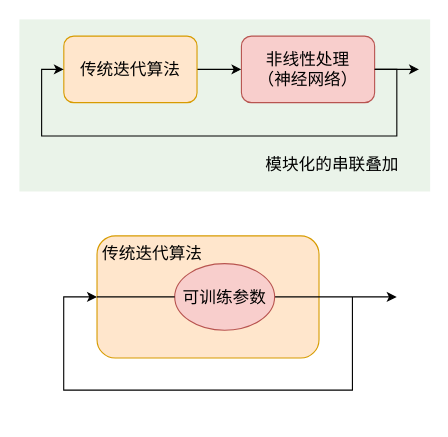
The draw.io diagram Wechat2.drawio in LanxinHe/CHEMP_figs, before the edit. Source tidied: cells renumbered, new cells numbered last; positions are measured from the earlier drawing's top-left corner, leaving out a move shared by most shapes. Both pictures are drawn from the tidied source at 111%, with x=0, y=0 at pixel (19, 19).
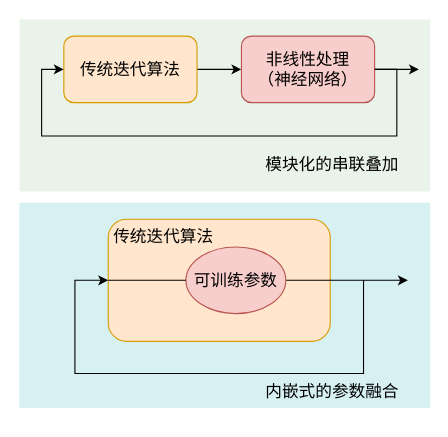
The same diagram, later.

Commit message (it also covers changes not shown here):
Mettre à jour Wechat2.drawio

What changed in the source:
```diff
@@
+    <mxCell id="17" style="rounded=0;whiteSpace=wrap;html=1;fillColor=#b0e3e6;strokeColor=none;opacity=50;" parent="1" vertex="1">
+      <mxGeometry y="165" width="370" height="185" as="geometry" />
+    </mxCell>
@@
     <mxCell id="9" style="rounded=1;whiteSpace=wrap;html=1;fillColor=#ffe6cc;strokeColor=#d79b00;" parent="1" vertex="1">
-      <mxGeometry x="69.9" y="195" width="200" height="110" as="geometry" />
+      <mxGeometry x="80" y="180" width="200" height="110" as="geometry" />
     </mxCell>
     <mxCell id="10" value="&lt;span style=&quot;font-size: 15px;&quot;&gt;传统迭代算法&lt;/span&gt;" style="text;html=1;align=center;verticalAlign=middle;whiteSpace=wrap;rounded=0;" parent="1" vertex="1">
-      <mxGeometry x="69.9" y="195" width="100" height="30" as="geometry" />
+      <mxGeometry x="80" y="180" width="100" height="30" as="geometry" />
     </mxCell>
     <mxCell id="11" style="edgeStyle=orthogonalEdgeStyle;rounded=0;jettySize=auto;html=1;" parent="1" edge="1" source="12">
       <mxGeometry relative="1" as="geometry">
-        <mxPoint x="339.9" y="250" as="targetPoint" />
+        <mxPoint x="350" y="235" as="targetPoint" />
       </mxGeometry>
     </mxCell>
     <mxCell id="12" value="&lt;font style=&quot;font-size: 15px;&quot;&gt;可训练参数&lt;/font&gt;" style="ellipse;whiteSpace=wrap;html=1;fillColor=#f8cecc;strokeColor=#b85450;" parent="1" vertex="1">
-      <mxGeometry x="139.9" y="220" width="90" height="60" as="geometry" />
+      <mxGeometry x="150" y="205" width="90" height="60" as="geometry" />
     </mxCell>
     <mxCell id="13" style="edgeStyle=orthogonalEdgeStyle;rounded=0;jettySize=auto;html=1;entryX=0;entryY=0.5;entryDx=0;entryDy=0;" parent="1" edge="1" target="9">
       <mxGeometry relative="1" as="geometry">
-        <mxPoint x="300" y="250" as="sourcePoint" />
+        <mxPoint x="310" y="235" as="sourcePoint" />
         <Array as="points">
-          <mxPoint x="299.9" y="334" />
-          <mxPoint x="39.9" y="334" />
-          <mxPoint x="39.9" y="250" />
+          <mxPoint x="310" y="319" />
+          <mxPoint x="50" y="319" />
+          <mxPoint x="50" y="235" />
         </Array>
       </mxGeometry>
     </mxCell>
@@
+    <mxCell id="18" value="&lt;span style=&quot;font-style: normal; font-variant-caps: normal; font-weight: 400; letter-spacing: normal; text-align: start; text-indent: 0px; text-transform: none; white-space: normal; word-spacing: 0px; -webkit-text-stroke-width: 0px; text-decoration: none; caret-color: rgb(0, 0, 0); color: rgb(0, 0, 0);&quot;&gt;&lt;font style=&quot;font-size: 15px;&quot;&gt;内嵌式的参数融合&lt;/font&gt;&lt;/span&gt;" style="text;whiteSpace=wrap;html=1;" parent="1" vertex="1">
+      <mxGeometry x="220" y="320" width="130" height="40" as="geometry" />
+    </mxCell>
```
